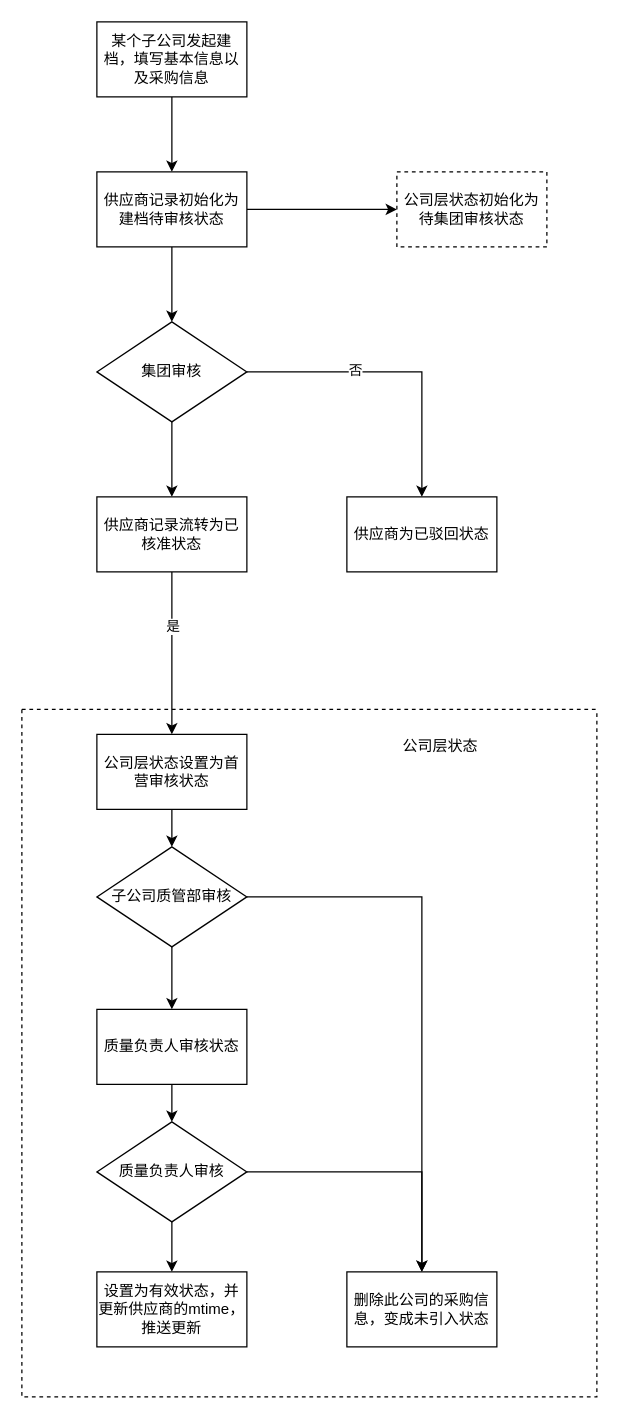
Before: leyo/供应商资料/供应商建档审核流程.drawio in benbenbo/my-draw-doc, a draw.io diagram. Source tidied: cells renumbered, new cells numbered last; positions are measured from the earlier drawing's top-left corner, leaving out a move shared by most shapes. Both pictures are drawn from the tidied source at 125%, with x=0, y=0 at pixel (21, 21).
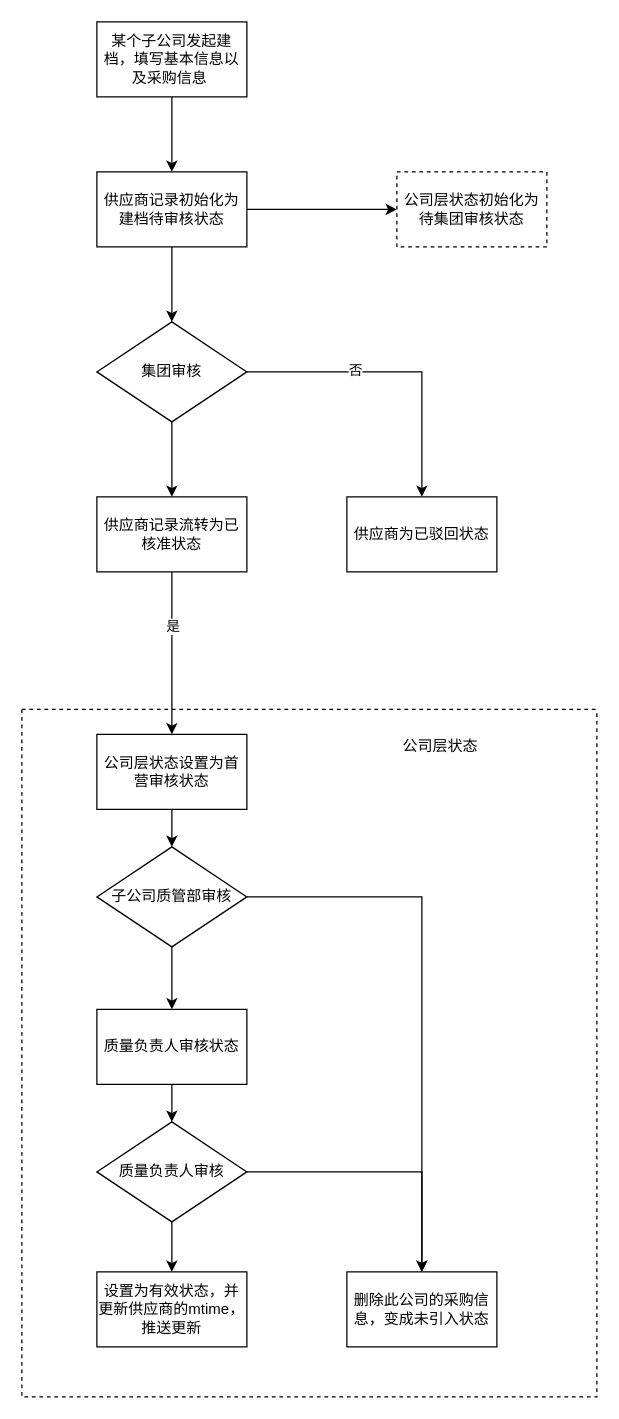
The same diagram, later.

Commit message:
测试修改git的draw图

Diff of the diagram source:
```diff
@@
-    <mxCell id="3" value="某个子公司发起建档，填写基本信息以及采购信息" style="rounded=0;whiteSpace=wrap;html=1;" parent="1" vertex="1">
+    <mxCell id="3" value="某个子公司发起建档，填写基本信息以及采购信息&amp;nbsp;" style="rounded=0;whiteSpace=wrap;html=1;" parent="1" vertex="1">
       <mxGeometry x="60" width="120" height="60" as="geometry" />
     </mxCell>
```
